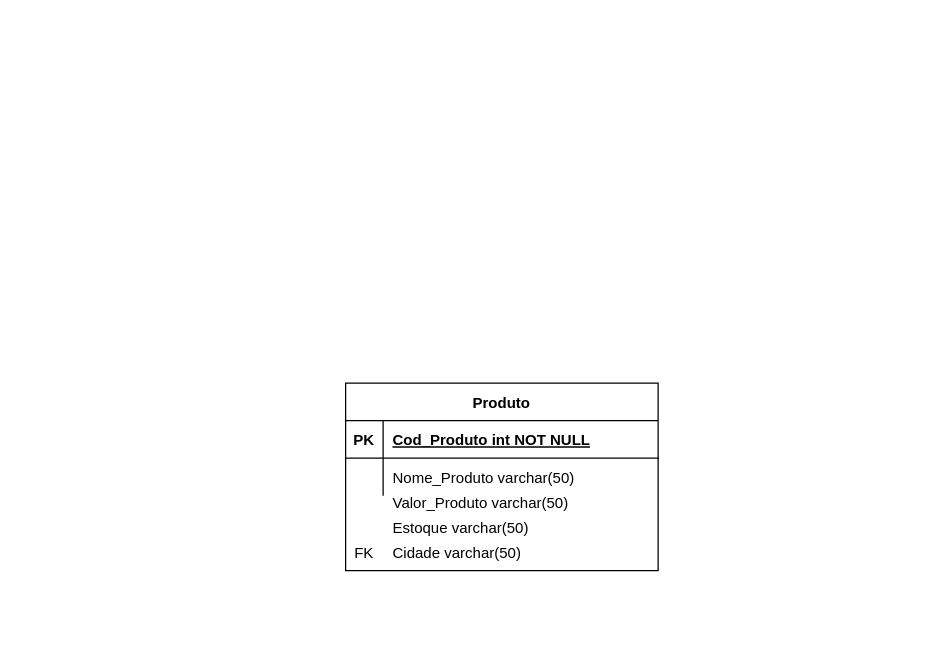
Earlier version of the draw.io diagram Banco de Dados/bd_desafio.drawio (PaulinFiori/ApiSpringbootJavaAngularJs). Source tidied: cells renumbered, new cells numbered last; positions are measured from the earlier drawing's top-left corner, leaving out a move shared by most shapes. Both pictures are drawn from the tidied source at 125%, with x=0, y=0 at pixel (345, 382).
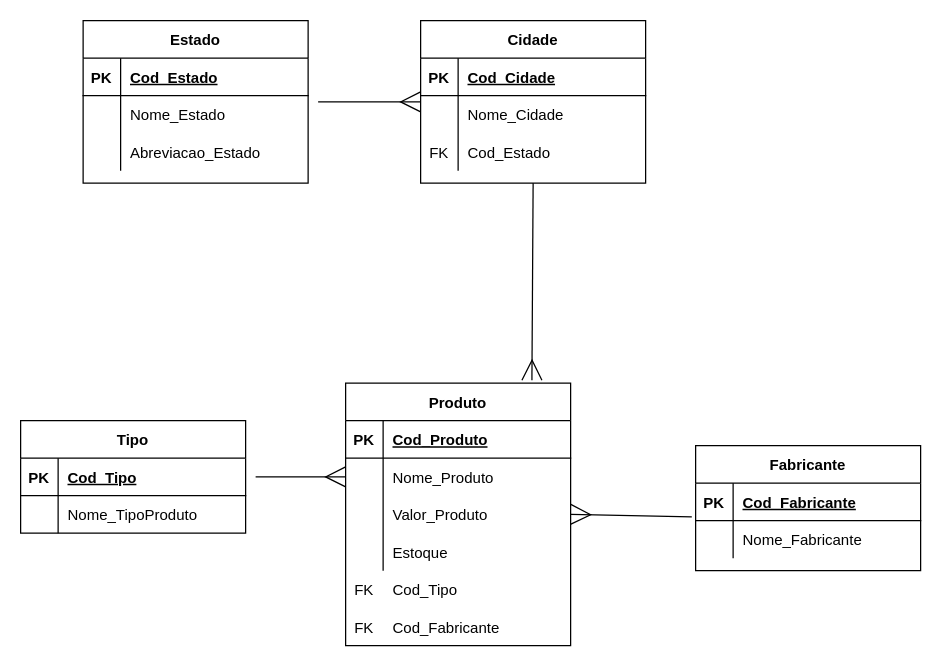
Above is the later version.

Change to the diagram source:
```diff
@@
+    <mxCell id="13" style="edgeStyle=none;curved=1;rounded=0;jettySize=auto;html=1;exitX=0.5;exitY=1;exitDx=0;exitDy=0;entryX=0.828;entryY=-0.011;entryDx=0;entryDy=0;entryPerimeter=0;fontFamily=Helvetica;endArrow=ERmany;endFill=0;startSize=14;endSize=14;sourcePerimeterSpacing=8;targetPerimeterSpacing=8;" parent="1" edge="1" source="14" target="2">
+      <mxGeometry relative="1" as="geometry" />
+    </mxCell>
+    <mxCell id="14" value="Cidade" style="shape=table;startSize=30;childLayout=tableLayout;rowLines=0;fontStyle=1;align=center;hachureGap=4;" parent="1" vertex="1">
+      <mxGeometry x="60" y="-290" width="180" height="130" as="geometry" />
+    </mxCell>
+    <mxCell id="15" style="shape=partialRectangle;fillColor=none;top=0;left=0;bottom=1;right=0;" parent="14" vertex="1">
+      <mxGeometry y="30" width="180" height="30" as="geometry" />
+    </mxCell>
+    <mxCell id="16" value="PK" style="shape=partialRectangle;fillColor=none;top=0;left=0;bottom=0;right=0;fontStyle=1;overflow=hidden;" parent="15" vertex="1">
+      <mxGeometry width="30" height="30" as="geometry" />
+    </mxCell>
+    <mxCell id="17" value="Cod_Cidade" style="shape=partialRectangle;fillColor=none;top=0;left=0;bottom=0;right=0;align=left;spacingLeft=6;fontStyle=5;overflow=hidden;" parent="15" vertex="1">
+      <mxGeometry x="30" width="150" height="30" as="geometry" />
+    </mxCell>
+    <mxCell id="18" style="shape=partialRectangle;fillColor=none;top=0;left=0;bottom=0;right=0;points=[[0,0.5],[1,0.5]];portConstraint=eastwest;" parent="14" vertex="1">
+      <mxGeometry y="60" width="180" height="30" as="geometry" />
+    </mxCell>
+    <mxCell id="19" style="shape=partialRectangle;fillColor=none;top=0;left=0;bottom=0;right=0;overflow=hidden;" parent="18" vertex="1">
+      <mxGeometry width="30" height="30" as="geometry" />
+    </mxCell>
+    <mxCell id="20" value="Nome_Cidade" style="shape=partialRectangle;fillColor=none;top=0;left=0;bottom=0;right=0;align=left;spacingLeft=6;overflow=hidden;" parent="18" vertex="1">
+      <mxGeometry x="30" width="150" height="30" as="geometry" />
+    </mxCell>
+    <mxCell id="21" style="shape=partialRectangle;fillColor=none;top=0;left=0;bottom=0;right=0;" parent="14" vertex="1">
+      <mxGeometry y="90" width="180" height="30" as="geometry" />
+    </mxCell>
+    <mxCell id="22" value="FK" style="shape=partialRectangle;fillColor=none;top=0;left=0;bottom=0;right=0;overflow=hidden;" parent="21" vertex="1">
+      <mxGeometry width="30" height="30" as="geometry" />
+    </mxCell>
+    <mxCell id="23" value="Cod_Estado" style="shape=partialRectangle;fillColor=none;top=0;left=0;bottom=0;right=0;align=left;spacingLeft=6;overflow=hidden;" parent="21" vertex="1">
+      <mxGeometry x="30" width="150" height="30" as="geometry" />
+    </mxCell>
+    <mxCell id="24" style="edgeStyle=none;curved=1;rounded=0;jettySize=auto;html=1;entryX=0;entryY=0.167;entryDx=0;entryDy=0;entryPerimeter=0;fontFamily=Helvetica;endArrow=ERmany;endFill=0;startSize=14;endSize=14;sourcePerimeterSpacing=8;targetPerimeterSpacing=8;" parent="1" edge="1" source="25" target="18">
+      <mxGeometry relative="1" as="geometry" />
+    </mxCell>
+    <mxCell id="25" value="Estado" style="shape=table;startSize=30;childLayout=tableLayout;rowLines=0;fontStyle=1;align=center;hachureGap=4;" parent="1" vertex="1">
+      <mxGeometry x="-210" y="-290" width="180" height="130" as="geometry" />
+    </mxCell>
+    <mxCell id="26" style="shape=partialRectangle;fillColor=none;top=0;left=0;bottom=1;right=0;" parent="25" vertex="1">
+      <mxGeometry y="30" width="180" height="30" as="geometry" />
+    </mxCell>
+    <mxCell id="27" value="PK" style="shape=partialRectangle;fillColor=none;top=0;left=0;bottom=0;right=0;fontStyle=1;overflow=hidden;" parent="26" vertex="1">
+      <mxGeometry width="30" height="30" as="geometry" />
+    </mxCell>
+    <mxCell id="28" value="Cod_Estado" style="shape=partialRectangle;fillColor=none;top=0;left=0;bottom=0;right=0;align=left;spacingLeft=6;fontStyle=5;overflow=hidden;" parent="26" vertex="1">
+      <mxGeometry x="30" width="150" height="30" as="geometry" />
+    </mxCell>
+    <mxCell id="29" style="shape=partialRectangle;fillColor=none;top=0;left=0;bottom=0;right=0;" parent="25" vertex="1">
+      <mxGeometry y="60" width="180" height="30" as="geometry" />
+    </mxCell>
+    <mxCell id="30" style="shape=partialRectangle;fillColor=none;top=0;left=0;bottom=0;right=0;overflow=hidden;" parent="29" vertex="1">
+      <mxGeometry width="30" height="30" as="geometry" />
+    </mxCell>
+    <mxCell id="31" value="Nome_Estado" style="shape=partialRectangle;fillColor=none;top=0;left=0;bottom=0;right=0;align=left;spacingLeft=6;overflow=hidden;" parent="29" vertex="1">
+      <mxGeometry x="30" width="150" height="30" as="geometry" />
+    </mxCell>
+    <mxCell id="32" style="shape=partialRectangle;fillColor=none;top=0;left=0;bottom=0;right=0;" parent="25" vertex="1">
+      <mxGeometry y="90" width="180" height="30" as="geometry" />
+    </mxCell>
+    <mxCell id="33" style="shape=partialRectangle;fillColor=none;top=0;left=0;bottom=0;right=0;overflow=hidden;" parent="32" vertex="1">
+      <mxGeometry width="30" height="30" as="geometry" />
+    </mxCell>
+    <mxCell id="34" value="Abreviacao_Estado" style="shape=partialRectangle;fillColor=none;top=0;left=0;bottom=0;right=0;align=left;spacingLeft=6;overflow=hidden;" parent="32" vertex="1">
+      <mxGeometry x="30" width="150" height="30" as="geometry" />
+    </mxCell>
+    <mxCell id="35" style="edgeStyle=none;curved=1;rounded=0;jettySize=auto;html=1;exitX=-0.017;exitY=-0.1;exitDx=0;exitDy=0;fontFamily=Helvetica;endArrow=ERmany;endFill=0;startSize=14;endSize=14;sourcePerimeterSpacing=8;targetPerimeterSpacing=8;entryX=1;entryY=0.5;entryDx=0;entryDy=0;exitPerimeter=0;" parent="1" edge="1" source="40" target="56">
+      <mxGeometry relative="1" as="geometry" />
+    </mxCell>
+    <mxCell id="36" value="Fabricante" style="shape=table;startSize=30;childLayout=tableLayout;rowLines=0;fontStyle=1;align=center;hachureGap=4;" parent="1" vertex="1">
+      <mxGeometry x="280" y="50" width="180" height="100" as="geometry" />
+    </mxCell>
+    <mxCell id="37" style="shape=partialRectangle;fillColor=none;top=0;left=0;bottom=1;right=0;" parent="36" vertex="1">
+      <mxGeometry y="30" width="180" height="30" as="geometry" />
+    </mxCell>
+    <mxCell id="38" value="PK" style="shape=partialRectangle;fillColor=none;top=0;left=0;bottom=0;right=0;fontStyle=1;overflow=hidden;" parent="37" vertex="1">
+      <mxGeometry width="30" height="30" as="geometry" />
+    </mxCell>
+    <mxCell id="39" value="Cod_Fabricante" style="shape=partialRectangle;fillColor=none;top=0;left=0;bottom=0;right=0;align=left;spacingLeft=6;fontStyle=5;overflow=hidden;" parent="37" vertex="1">
+      <mxGeometry x="30" width="150" height="30" as="geometry" />
+    </mxCell>
+    <mxCell id="40" style="shape=partialRectangle;fillColor=none;top=0;left=0;bottom=0;right=0;points=[[0,0.5],[1,0.5]];portConstraint=eastwest;" parent="36" vertex="1">
+      <mxGeometry y="60" width="180" height="30" as="geometry" />
+    </mxCell>
+    <mxCell id="41" style="shape=partialRectangle;fillColor=none;top=0;left=0;bottom=0;right=0;overflow=hidden;" parent="40" vertex="1">
+      <mxGeometry width="30" height="30" as="geometry" />
+    </mxCell>
+    <mxCell id="42" value="Nome_Fabricante" style="shape=partialRectangle;fillColor=none;top=0;left=0;bottom=0;right=0;align=left;spacingLeft=6;overflow=hidden;" parent="40" vertex="1">
+      <mxGeometry x="30" width="150" height="30" as="geometry" />
+    </mxCell>
+    <mxCell id="43" value="Tipo" style="shape=table;startSize=30;childLayout=tableLayout;rowLines=0;fontStyle=1;align=center;hachureGap=4;fontFamily=Helvetica;rounded=0;shadow=0;" parent="1" vertex="1">
+      <mxGeometry x="-260" y="30" width="180" height="90" as="geometry" />
+    </mxCell>
+    <mxCell id="44" style="shape=partialRectangle;fillColor=none;top=0;left=0;bottom=1;right=0;points=[[0,0.5],[1,0.5]];portConstraint=eastwest;" parent="43" vertex="1">
+      <mxGeometry y="30" width="180" height="30" as="geometry" />
+    </mxCell>
+    <mxCell id="45" value="PK" style="shape=partialRectangle;fillColor=none;top=0;left=0;bottom=0;right=0;fontStyle=1;overflow=hidden;" parent="44" vertex="1">
+      <mxGeometry width="30" height="30" as="geometry" />
+    </mxCell>
+    <mxCell id="46" value="Cod_Tipo" style="shape=partialRectangle;fillColor=none;top=0;left=0;bottom=0;right=0;align=left;spacingLeft=6;fontStyle=5;overflow=hidden;" parent="44" vertex="1">
+      <mxGeometry x="30" width="150" height="30" as="geometry" />
+    </mxCell>
+    <mxCell id="47" style="shape=partialRectangle;fillColor=none;top=0;left=0;bottom=0;right=0;" parent="43" vertex="1">
+      <mxGeometry y="60" width="180" height="30" as="geometry" />
+    </mxCell>
+    <mxCell id="48" style="shape=partialRectangle;fillColor=none;top=0;left=0;bottom=0;right=0;overflow=hidden;" parent="47" vertex="1">
+      <mxGeometry width="30" height="30" as="geometry" />
+    </mxCell>
+    <mxCell id="49" value="Nome_TipoProduto" style="shape=partialRectangle;fillColor=none;top=0;left=0;bottom=0;right=0;align=left;spacingLeft=6;overflow=hidden;" parent="47" vertex="1">
+      <mxGeometry x="30" width="150" height="30" as="geometry" />
+    </mxCell>
-    <mxCell id="2" value="Produto" style="shape=table;startSize=30;childLayout=tableLayout;rowLines=0;fontStyle=1;align=center;" parent="1" vertex="1">
-      <mxGeometry width="250" height="150" as="geometry" />
+    <mxCell id="2" value="Produto" style="shape=table;startSize=30;childLayout=tableLayout;rowLines=0;fontStyle=1;align=center;hachureGap=4;fontFamily=Helvetica;" parent="1" vertex="1">
+      <mxGeometry width="180" height="210" as="geometry" />
     </mxCell>
-    <mxCell id="3" style="shape=partialRectangle;fillColor=none;top=0;left=0;right=0;bottom=1;" parent="2" vertex="1">
-      <mxGeometry y="30" width="250" height="30" as="geometry" />
-    </mxCell>
-    <mxCell id="4" value="PK" style="shape=partialRectangle;overflow=hidden;fillColor=none;top=0;left=0;bottom=0;right=0;fontStyle=1;" parent="3" vertex="1">
-      <mxGeometry width="30" height="30" as="geometry" />
-    </mxCell>
-    <mxCell id="5" value="Cod_Produto int NOT NULL " style="shape=partialRectangle;overflow=hidden;fillColor=none;top=0;left=0;bottom=0;right=0;align=left;spacingLeft=6;fontStyle=5;" parent="3" vertex="1">
-      <mxGeometry x="30" width="220" height="30" as="geometry" />
-    </mxCell>
-    <mxCell id="6" style="shape=partialRectangle;fillColor=none;top=0;left=0;right=0;bottom=0;" parent="2" vertex="1">
-      <mxGeometry y="60" width="250" height="30" as="geometry" />
-    </mxCell>
-    <mxCell id="7" style="shape=partialRectangle;overflow=hidden;fillColor=none;top=0;left=0;bottom=0;right=0;" parent="6" vertex="1">
-      <mxGeometry width="30" height="30" as="geometry" />
-    </mxCell>
-    <mxCell id="8" value="Nome_Produto varchar(50)" style="shape=partialRectangle;overflow=hidden;fillColor=none;top=0;left=0;bottom=0;right=0;align=left;spacingLeft=6;" parent="6" vertex="1">
-      <mxGeometry x="30" width="220" height="30" as="geometry" />
-    </mxCell>
-    <mxCell id="9" value="Valor_Produto varchar(50)" style="shape=partialRectangle;overflow=hidden;fillColor=none;top=0;left=0;bottom=0;right=0;align=left;spacingLeft=6;" parent="1" vertex="1">
-      <mxGeometry x="30" y="80" width="220" height="30" as="geometry" />
-    </mxCell>
-    <mxCell id="10" value="Estoque varchar(50) " style="shape=partialRectangle;overflow=hidden;fillColor=none;top=0;left=0;bottom=0;right=0;align=left;spacingLeft=6;" parent="1" vertex="1">
-      <mxGeometry x="30" y="100" width="220" height="30" as="geometry" />
-    </mxCell>
-    <mxCell id="11" value="Cidade varchar(50) " style="shape=partialRectangle;overflow=hidden;fillColor=none;top=0;left=0;bottom=0;right=0;align=left;spacingLeft=6;" parent="1" vertex="1">
-      <mxGeometry x="30" y="120" width="220" height="30" as="geometry" />
-    </mxCell>
-    <mxCell id="12" value="FK" style="shape=partialRectangle;overflow=hidden;fillColor=none;top=0;left=0;bottom=0;right=0;fontStyle=0;" parent="1" vertex="1">
-      <mxGeometry y="120" width="30" height="30" as="geometry" />
-    </mxCell>
+    <mxCell id="50" style="shape=partialRectangle;fillColor=none;top=0;left=0;bottom=1;right=0;" parent="2" vertex="1">
+      <mxGeometry y="30" width="180" height="30" as="geometry" />
+    </mxCell>
+    <mxCell id="51" value="PK" style="shape=partialRectangle;fillColor=none;top=0;left=0;bottom=0;right=0;fontStyle=1;overflow=hidden;" parent="50" vertex="1">
+      <mxGeometry width="30" height="30" as="geometry" />
+    </mxCell>
+    <mxCell id="52" value="Cod_Produto" style="shape=partialRectangle;fillColor=none;top=0;left=0;bottom=0;right=0;align=left;spacingLeft=6;fontStyle=5;overflow=hidden;" parent="50" vertex="1">
+      <mxGeometry x="30" width="150" height="30" as="geometry" />
+    </mxCell>
+    <mxCell id="53" style="shape=partialRectangle;fillColor=none;top=0;left=0;bottom=0;right=0;points=[[0,0.5],[1,0.5]];portConstraint=eastwest;" parent="2" vertex="1">
+      <mxGeometry y="60" width="180" height="30" as="geometry" />
+    </mxCell>
+    <mxCell id="54" style="shape=partialRectangle;fillColor=none;top=0;left=0;bottom=0;right=0;overflow=hidden;" parent="53" vertex="1">
+      <mxGeometry width="30" height="30" as="geometry" />
+    </mxCell>
+    <mxCell id="55" value="Nome_Produto" style="shape=partialRectangle;fillColor=none;top=0;left=0;bottom=0;right=0;align=left;spacingLeft=6;overflow=hidden;" parent="53" vertex="1">
+      <mxGeometry x="30" width="150" height="30" as="geometry" />
+    </mxCell>
+    <mxCell id="56" style="shape=partialRectangle;fillColor=none;top=0;left=0;bottom=0;right=0;points=[[0,0.5],[1,0.5]];portConstraint=eastwest;" parent="2" vertex="1">
+      <mxGeometry y="90" width="180" height="30" as="geometry" />
+    </mxCell>
+    <mxCell id="57" style="shape=partialRectangle;fillColor=none;top=0;left=0;bottom=0;right=0;overflow=hidden;" parent="56" vertex="1">
+      <mxGeometry width="30" height="30" as="geometry" />
+    </mxCell>
+    <mxCell id="58" value="Valor_Produto" style="shape=partialRectangle;fillColor=none;top=0;left=0;bottom=0;right=0;align=left;spacingLeft=6;overflow=hidden;" parent="56" vertex="1">
+      <mxGeometry x="30" width="150" height="30" as="geometry" />
+    </mxCell>
+    <mxCell id="59" style="shape=partialRectangle;fillColor=none;top=0;left=0;bottom=0;right=0;" parent="2" vertex="1">
+      <mxGeometry y="120" width="180" height="30" as="geometry" />
+    </mxCell>
+    <mxCell id="60" style="shape=partialRectangle;fillColor=none;top=0;left=0;bottom=0;right=0;overflow=hidden;" parent="59" vertex="1">
+      <mxGeometry width="30" height="30" as="geometry" />
+    </mxCell>
+    <mxCell id="61" value="Estoque" style="shape=partialRectangle;fillColor=none;top=0;left=0;bottom=0;right=0;align=left;spacingLeft=6;overflow=hidden;" parent="59" vertex="1">
+      <mxGeometry x="30" width="150" height="30" as="geometry" />
+    </mxCell>
+    <mxCell id="62" style="edgeStyle=none;curved=1;rounded=0;jettySize=auto;html=1;entryX=0;entryY=0.5;entryDx=0;entryDy=0;endArrow=ERmany;endFill=0;startSize=14;endSize=14;sourcePerimeterSpacing=8;targetPerimeterSpacing=8;" parent="1" edge="1" source="44" target="53">
+      <mxGeometry relative="1" as="geometry" />
+    </mxCell>
+    <mxCell id="63" style="shape=partialRectangle;fillColor=none;top=0;left=0;bottom=0;right=0;" parent="1" vertex="1">
+      <mxGeometry y="150" width="180" height="30" as="geometry" />
+    </mxCell>
+    <mxCell id="64" value="FK" style="shape=partialRectangle;fillColor=none;top=0;left=0;bottom=0;right=0;overflow=hidden;" parent="63" vertex="1">
+      <mxGeometry width="30" height="30" as="geometry" />
+    </mxCell>
+    <mxCell id="65" value="Cod_Tipo" style="shape=partialRectangle;fillColor=none;top=0;left=0;bottom=0;right=0;align=left;spacingLeft=6;overflow=hidden;" parent="63" vertex="1">
+      <mxGeometry x="30" width="150" height="30" as="geometry" />
+    </mxCell>
+    <mxCell id="66" style="shape=partialRectangle;fillColor=none;top=0;left=0;bottom=0;right=0;" parent="1" vertex="1">
+      <mxGeometry y="180" width="180" height="30" as="geometry" />
+    </mxCell>
+    <mxCell id="67" value="FK" style="shape=partialRectangle;fillColor=none;top=0;left=0;bottom=0;right=0;overflow=hidden;" parent="66" vertex="1">
+      <mxGeometry width="30" height="30" as="geometry" />
+    </mxCell>
+    <mxCell id="68" value="Cod_Fabricante" style="shape=partialRectangle;fillColor=none;top=0;left=0;bottom=0;right=0;align=left;spacingLeft=6;overflow=hidden;" parent="66" vertex="1">
+      <mxGeometry x="30" width="150" height="30" as="geometry" />
+    </mxCell>
```
